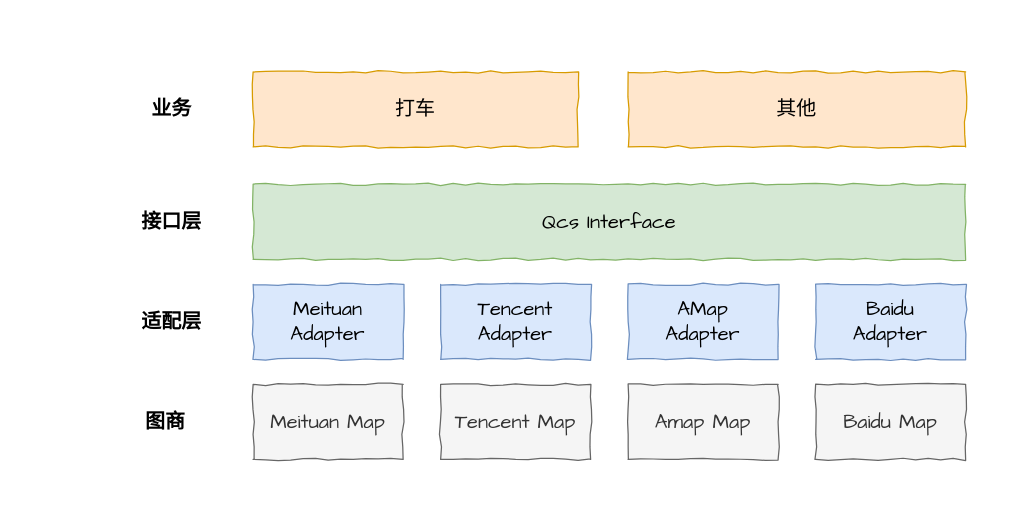
TryLoveCatch/charts keeps this draw.io diagram as qcs地图.drawio. Above is the earlier version. Source tidied: cells renumbered, new cells numbered last; positions are measured from the earlier drawing's top-left corner, leaving out a move shared by most shapes. Both pictures are drawn from the tidied source at 125%, with x=0, y=0 at pixel (140, 71).
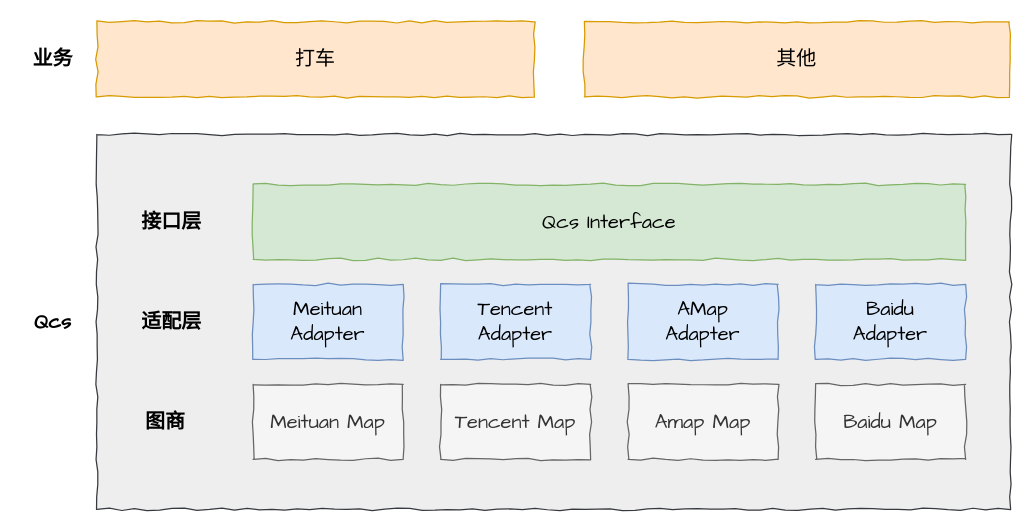
Above is the later version.

The edit, as a diff of the source:
```diff
@@
 <mxGraphModel>
   <root>
     <mxCell id="0" />
     <mxCell id="1" parent="0" />
+    <mxCell id="17" style="rounded=0;whiteSpace=wrap;html=1;comic=1;fontFamily=Comic Sans MS;fontSize=16;fillColor=#eeeeee;strokeColor=#36393d;" parent="1" vertex="1">
+      <mxGeometry x="-35" y="50" width="731" height="300" as="geometry" />
+    </mxCell>
     <mxCell id="2" value="Meituan Map" style="rounded=0;whiteSpace=wrap;html=1;comic=1;fillColor=#f5f5f5;strokeColor=#666666;fontColor=#333333;fontSize=16;fontFamily=Comic Sans MS;" parent="1" vertex="1">
       <mxGeometry x="90" y="250" width="120" height="60" as="geometry" />
     </mxCell>
     <mxCell id="3" value="Tencent Map" style="rounded=0;whiteSpace=wrap;html=1;comic=1;fillColor=#f5f5f5;strokeColor=#666666;fontColor=#333333;fontSize=16;fontFamily=Comic Sans MS;" parent="1" vertex="1">
       <mxGeometry x="240" y="250" width="120" height="60" as="geometry" />
     </mxCell>
     <mxCell id="4" value="Amap Map" style="rounded=0;whiteSpace=wrap;html=1;comic=1;fillColor=#f5f5f5;strokeColor=#666666;fontColor=#333333;fontSize=16;fontFamily=Comic Sans MS;" parent="1" vertex="1">
       <mxGeometry x="390" y="250" width="120" height="60" as="geometry" />
     </mxCell>
     <mxCell id="5" value="Baidu Map" style="rounded=0;whiteSpace=wrap;html=1;comic=1;fillColor=#f5f5f5;strokeColor=#666666;fontColor=#333333;fontSize=16;fontFamily=Comic Sans MS;" parent="1" vertex="1">
       <mxGeometry x="540" y="250" width="120" height="60" as="geometry" />
     </mxCell>
     <mxCell id="6" value="Meituan Adapter" style="rounded=0;whiteSpace=wrap;html=1;comic=1;fillColor=#dae8fc;strokeColor=#6c8ebf;fontSize=16;fontFamily=Comic Sans MS;" parent="1" vertex="1">
       <mxGeometry x="90" y="170" width="120" height="60" as="geometry" />
     </mxCell>
     <mxCell id="7" value="图商" style="text;html=1;strokeColor=none;fillColor=none;align=center;verticalAlign=middle;whiteSpace=wrap;rounded=0;comic=1;fontFamily=Comic Sans MS;fontSize=16;fontStyle=1;" parent="1" vertex="1">
       <mxGeometry y="270" width="40" height="20" as="geometry" />
     </mxCell>
     <mxCell id="8" value="Tencent&lt;br&gt;Adapter" style="rounded=0;whiteSpace=wrap;html=1;comic=1;fillColor=#dae8fc;strokeColor=#6c8ebf;fontSize=16;fontFamily=Comic Sans MS;" parent="1" vertex="1">
       <mxGeometry x="240" y="170" width="120" height="60" as="geometry" />
     </mxCell>
     <mxCell id="9" value="AMap&lt;br&gt;Adapter" style="rounded=0;whiteSpace=wrap;html=1;comic=1;fillColor=#dae8fc;strokeColor=#6c8ebf;fontSize=16;fontFamily=Comic Sans MS;" parent="1" vertex="1">
       <mxGeometry x="390" y="170" width="120" height="60" as="geometry" />
     </mxCell>
     <mxCell id="10" value="Baidu&lt;br&gt;Adapter" style="rounded=0;whiteSpace=wrap;html=1;comic=1;fillColor=#dae8fc;strokeColor=#6c8ebf;fontSize=16;fontFamily=Comic Sans MS;" parent="1" vertex="1">
       <mxGeometry x="540" y="170" width="120" height="60" as="geometry" />
     </mxCell>
     <mxCell id="11" value="适配层" style="text;html=1;strokeColor=none;fillColor=none;align=center;verticalAlign=middle;whiteSpace=wrap;rounded=0;comic=1;fontFamily=Comic Sans MS;fontSize=16;fontStyle=1;" parent="1" vertex="1">
       <mxGeometry y="190" width="50" height="20" as="geometry" />
     </mxCell>
     <mxCell id="12" value="Qcs Interface" style="rounded=0;whiteSpace=wrap;html=1;comic=1;fillColor=#d5e8d4;strokeColor=#82b366;fontSize=16;fontFamily=Comic Sans MS;" parent="1" vertex="1">
       <mxGeometry x="90" y="90" width="570" height="60" as="geometry" />
     </mxCell>
     <mxCell id="13" value="接口层" style="text;html=1;strokeColor=none;fillColor=none;align=center;verticalAlign=middle;whiteSpace=wrap;rounded=0;comic=1;fontFamily=Comic Sans MS;fontSize=16;fontStyle=1;" parent="1" vertex="1">
       <mxGeometry y="110" width="50" height="20" as="geometry" />
     </mxCell>
     <mxCell id="14" value="打车" style="rounded=0;whiteSpace=wrap;html=1;comic=1;fillColor=#ffe6cc;strokeColor=#d79b00;fontSize=16;fontFamily=Comic Sans MS;" parent="1" vertex="1">
-      <mxGeometry x="90" width="260" height="60" as="geometry" />
+      <mxGeometry x="-35" y="-40" width="350" height="60" as="geometry" />
     </mxCell>
     <mxCell id="15" value="业务" style="text;html=1;strokeColor=none;fillColor=none;align=center;verticalAlign=middle;whiteSpace=wrap;rounded=0;comic=1;fontFamily=Comic Sans MS;fontSize=16;fontStyle=1;" parent="1" vertex="1">
-      <mxGeometry y="20" width="50" height="20" as="geometry" />
+      <mxGeometry x="-95" y="-20" width="50" height="20" as="geometry" />
     </mxCell>
     <mxCell id="16" value="其他" style="rounded=0;whiteSpace=wrap;html=1;comic=1;fillColor=#ffe6cc;strokeColor=#d79b00;fontSize=16;fontFamily=Comic Sans MS;" parent="1" vertex="1">
-      <mxGeometry x="390" width="270" height="60" as="geometry" />
+      <mxGeometry x="355" y="-40" width="340" height="60" as="geometry" />
     </mxCell>
+    <mxCell id="18" value="Qcs" style="text;html=1;strokeColor=none;fillColor=none;align=center;verticalAlign=middle;whiteSpace=wrap;rounded=0;comic=1;fontFamily=Comic Sans MS;fontSize=16;fontStyle=1;" parent="1" vertex="1">
+      <mxGeometry x="-95" y="190" width="50" height="20" as="geometry" />
+    </mxCell>
   </root>
 </mxGraphModel>
```
